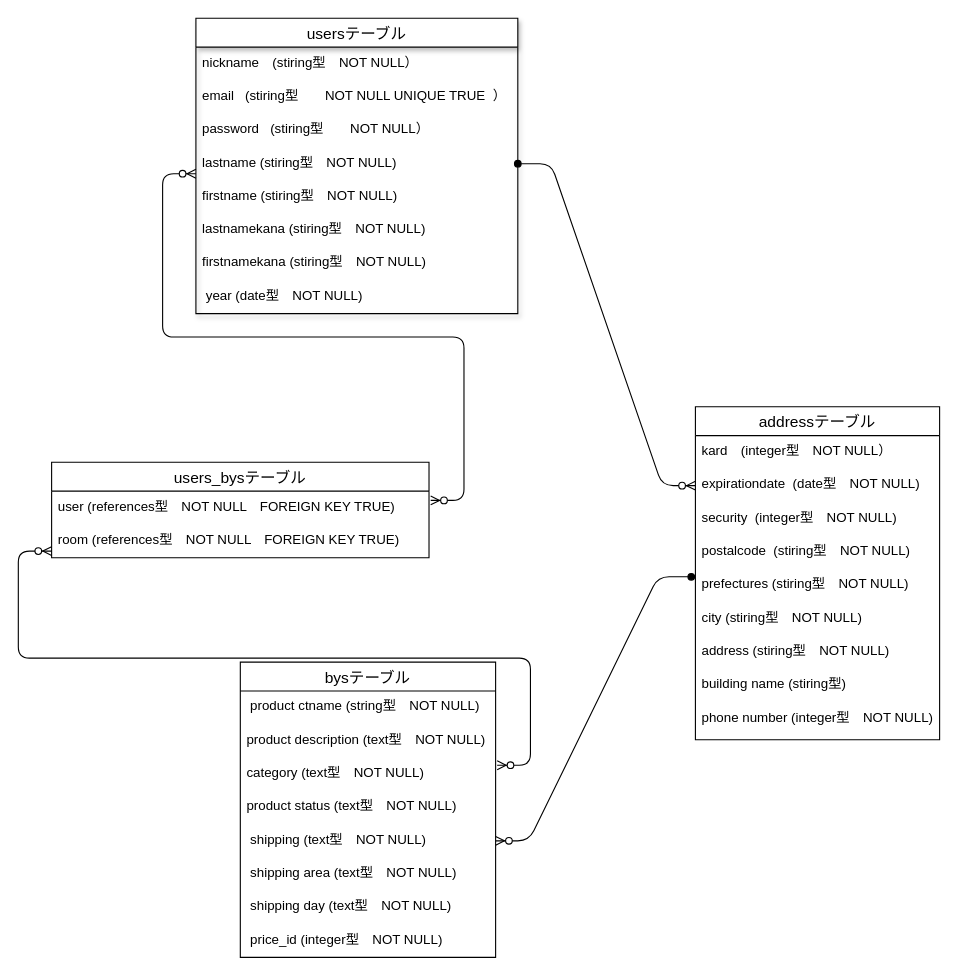
Earlier version of the draw.io diagram app/views/happy.dio (Akiyoshi7922/furima-35424). Source tidied: cells renumbered, new cells numbered last; positions are measured from the earlier drawing's top-left corner, leaving out a move shared by most shapes. Both pictures are drawn from the tidied source at 111%, with x=0, y=0 at pixel (51, 18).
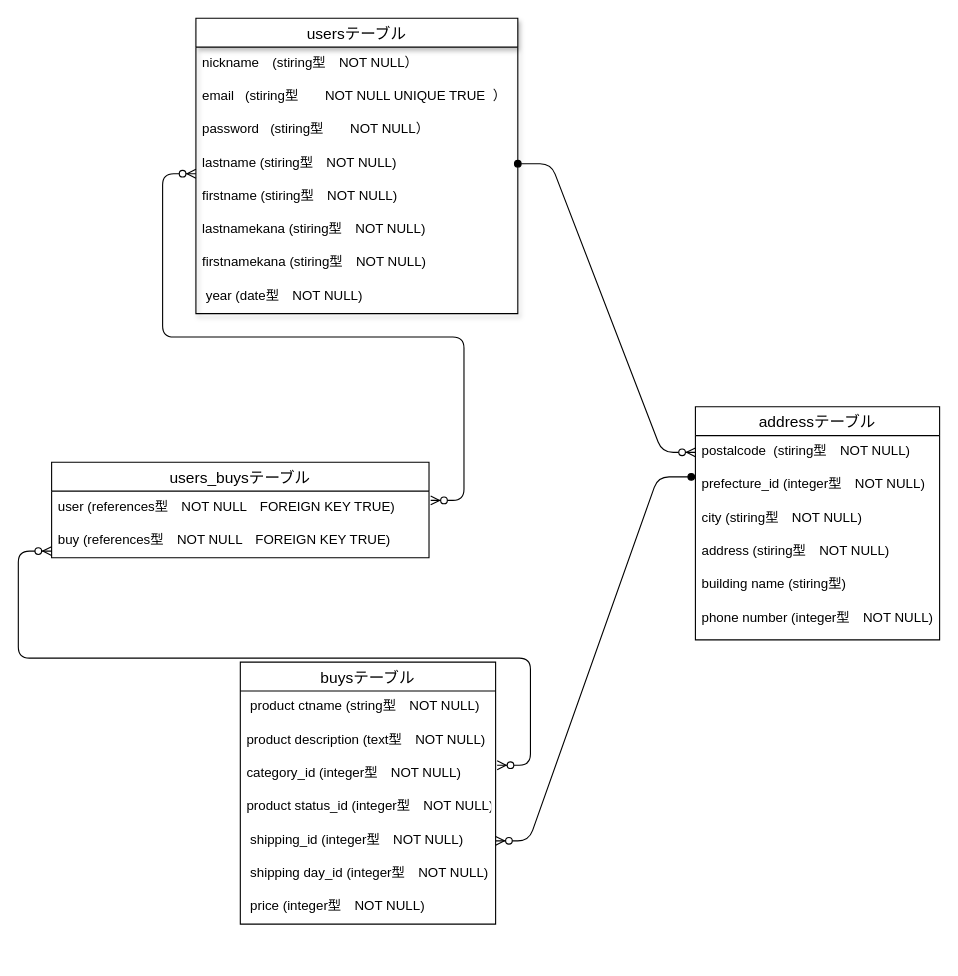
The same page after the edit.

Commit message (it also covers changes not shown here):
修正完了しました！

Unchanged cells that the change refers to:
```xml
<mxCell id="6" value="lastname (stiring型　NOT NULL)&#10;" style="text;strokeColor=none;fillColor=none;spacingLeft=4;spacingRight=4;overflow=hidden;points=[[0,0.5],[1,0.5]];portConstraint=eastwest;fontSize=12;fontStyle=0;" parent="2" vertex="1">
  <mxGeometry y="116" width="290" height="30" as="geometry" />
</mxCell>
```

What changed in the source:
```diff
@@
-    <mxCell id="11" value="bysテーブル" style="swimlane;fontStyle=0;horizontal=1;startSize=26;align=center;fontSize=14;" parent="1" vertex="1">
-      <mxGeometry x="170" y="580" width="230" height="266" as="geometry" />
+    <mxCell id="11" value="buysテーブル" style="swimlane;fontStyle=0;horizontal=1;startSize=26;align=center;fontSize=14;" parent="1" vertex="1">
+      <mxGeometry x="170" y="580" width="230" height="236" as="geometry" />
     </mxCell>
@@
-    <mxCell id="14" value="category (text型　NOT NULL)" style="text;strokeColor=none;fillColor=none;spacingLeft=4;spacingRight=4;overflow=hidden;points=[[0,0.5],[1,0.5]];portConstraint=eastwest;fontSize=12;" parent="11" vertex="1">
+    <mxCell id="14" value="category_id (integer型　NOT NULL)" style="text;strokeColor=none;fillColor=none;spacingLeft=4;spacingRight=4;overflow=hidden;points=[[0,0.5],[1,0.5]];portConstraint=eastwest;fontSize=12;" parent="11" vertex="1">
       <mxGeometry y="86" width="230" height="30" as="geometry" />
     </mxCell>
-    <mxCell id="15" value="product status (text型　NOT NULL)" style="text;strokeColor=none;fillColor=none;spacingLeft=4;spacingRight=4;overflow=hidden;fontSize=12;" parent="11" vertex="1">
+    <mxCell id="15" value="product status_id (integer型　NOT NULL)" style="text;strokeColor=none;fillColor=none;spacingLeft=4;spacingRight=4;overflow=hidden;fontSize=12;" parent="11" vertex="1">
       <mxGeometry y="116" width="230" height="30" as="geometry" />
     </mxCell>
-    <mxCell id="16" value=" shipping (text型　NOT NULL)" style="text;strokeColor=none;fillColor=none;spacingLeft=4;spacingRight=4;overflow=hidden;points=[[0,0.5],[1,0.5]];portConstraint=eastwest;fontSize=12;" parent="11" vertex="1">
+    <mxCell id="16" value=" shipping_id (integer型　NOT NULL)" style="text;strokeColor=none;fillColor=none;spacingLeft=4;spacingRight=4;overflow=hidden;points=[[0,0.5],[1,0.5]];portConstraint=eastwest;fontSize=12;" parent="11" vertex="1">
       <mxGeometry y="146" width="230" height="30" as="geometry" />
     </mxCell>
-    <mxCell id="17" value=" shipping area (text型　NOT NULL)" style="text;strokeColor=none;fillColor=none;spacingLeft=4;spacingRight=4;overflow=hidden;fontSize=12;" parent="11" vertex="1">
-      <mxGeometry y="176" width="230" height="30" as="geometry" />
-    </mxCell>
-    <mxCell id="18" value=" shipping day (text型　NOT NULL)" style="text;strokeColor=none;fillColor=none;spacingLeft=4;spacingRight=4;overflow=hidden;fontSize=12;" parent="11" vertex="1">
-      <mxGeometry y="206" width="230" height="30" as="geometry" />
+    <mxCell id="18" value=" shipping day_id (integer型　NOT NULL)" style="text;strokeColor=none;fillColor=none;spacingLeft=4;spacingRight=4;overflow=hidden;fontSize=12;" parent="11" vertex="1">
+      <mxGeometry y="176" width="230" height="30" as="geometry" />
     </mxCell>
-    <mxCell id="19" value=" price_id (integer型　NOT NULL)" style="text;strokeColor=none;fillColor=none;spacingLeft=4;spacingRight=4;overflow=hidden;fontSize=12;" parent="11" vertex="1">
-      <mxGeometry y="236" width="230" height="30" as="geometry" />
+    <mxCell id="19" value=" price (integer型　NOT NULL)" style="text;strokeColor=none;fillColor=none;spacingLeft=4;spacingRight=4;overflow=hidden;fontSize=12;" parent="11" vertex="1">
+      <mxGeometry y="206" width="230" height="30" as="geometry" />
     </mxCell>
-    <mxCell id="20" style="edgeStyle=entityRelationEdgeStyle;fontSize=12;html=1;endArrow=ERzeroToMany;endFill=1;startArrow=oval;startFill=1;exitX=1;exitY=0.5;exitDx=0;exitDy=0;" parent="1" edge="1" source="6" target="24">
-      <mxGeometry relative="1" as="geometry" />
+    <mxCell id="20" style="edgeStyle=entityRelationEdgeStyle;fontSize=12;html=1;endArrow=ERzeroToMany;endFill=1;startArrow=oval;startFill=1;exitX=1;exitY=0.5;exitDx=0;exitDy=0;" parent="1" edge="1" source="6">
+      <mxGeometry relative="1" as="geometry">
+        <mxPoint x="580" y="391" as="targetPoint" />
+      </mxGeometry>
     </mxCell>
@@
     <mxCell id="22" value="addressテーブル" style="swimlane;fontStyle=0;horizontal=1;startSize=26;align=center;fontSize=14;" parent="1" vertex="1">
-      <mxGeometry x="580" y="350" width="220" height="300" as="geometry" />
+      <mxGeometry x="580" y="350" width="220" height="210" as="geometry" />
     </mxCell>
-    <mxCell id="23" value="kard　(integer型　NOT NULL）" style="text;strokeColor=none;fillColor=none;spacingLeft=4;spacingRight=4;overflow=hidden;fontSize=12;" parent="22" vertex="1">
-      <mxGeometry y="26" width="220" height="30" as="geometry" />
-    </mxCell>
-    <mxCell id="24" value="expirationdate  (date型　NOT NULL)&#10;" style="text;strokeColor=none;fillColor=none;spacingLeft=4;spacingRight=4;overflow=hidden;points=[[0,0.5],[1,0.5]];portConstraint=eastwest;fontSize=12;" parent="22" vertex="1">
-      <mxGeometry y="56" width="220" height="30" as="geometry" />
-    </mxCell>
-    <mxCell id="25" value="security  (integer型　NOT NULL)&#10;" style="text;strokeColor=none;fillColor=none;spacingLeft=4;spacingRight=4;overflow=hidden;fontSize=12;" parent="22" vertex="1">
-      <mxGeometry y="86" width="220" height="30" as="geometry" />
-    </mxCell>
     <mxCell id="26" value="postalcode  (stiring型　NOT NULL)&#10;" style="text;strokeColor=none;fillColor=none;spacingLeft=4;spacingRight=4;overflow=hidden;fontSize=12;" parent="22" vertex="1">
-      <mxGeometry y="116" width="220" height="30" as="geometry" />
+      <mxGeometry y="26" width="220" height="30" as="geometry" />
     </mxCell>
-    <mxCell id="27" value="prefectures (stiring型　NOT NULL)&#10;" style="text;strokeColor=none;fillColor=none;spacingLeft=4;spacingRight=4;overflow=hidden;points=[[0,0.5],[1,0.5]];portConstraint=eastwest;fontSize=12;" parent="22" vertex="1">
-      <mxGeometry y="146" width="220" height="30" as="geometry" />
+    <mxCell id="27" value="prefecture_id (integer型　NOT NULL)&#10;" style="text;strokeColor=none;fillColor=none;spacingLeft=4;spacingRight=4;overflow=hidden;points=[[0,0.5],[1,0.5]];portConstraint=eastwest;fontSize=12;" parent="22" vertex="1">
+      <mxGeometry y="56" width="220" height="30" as="geometry" />
     </mxCell>
     <mxCell id="28" value="city (stiring型　NOT NULL)&#10;" style="text;strokeColor=none;fillColor=none;spacingLeft=4;spacingRight=4;overflow=hidden;fontSize=12;" parent="22" vertex="1">
-      <mxGeometry y="176" width="220" height="30" as="geometry" />
+      <mxGeometry y="86" width="220" height="30" as="geometry" />
     </mxCell>
     <mxCell id="29" value="address (stiring型　NOT NULL)&#10;" style="text;strokeColor=none;fillColor=none;spacingLeft=4;spacingRight=4;overflow=hidden;fontSize=12;" parent="22" vertex="1">
-      <mxGeometry y="206" width="220" height="30" as="geometry" />
+      <mxGeometry y="116" width="220" height="30" as="geometry" />
     </mxCell>
     <mxCell id="30" value="building name (stiring型)&#10;" style="text;strokeColor=none;fillColor=none;spacingLeft=4;spacingRight=4;overflow=hidden;fontSize=12;" parent="22" vertex="1">
-      <mxGeometry y="236" width="220" height="30" as="geometry" />
+      <mxGeometry y="146" width="220" height="30" as="geometry" />
     </mxCell>
     <mxCell id="31" value="phone number (integer型　NOT NULL)&#10;" style="text;strokeColor=none;fillColor=none;spacingLeft=4;spacingRight=4;overflow=hidden;fontSize=12;fontStyle=0;" parent="22" vertex="1">
-      <mxGeometry y="266" width="220" height="34" as="geometry" />
+      <mxGeometry y="176" width="220" height="34" as="geometry" />
     </mxCell>
-    <mxCell id="32" value="users_bysテーブル" style="swimlane;fontStyle=0;horizontal=1;startSize=26;align=center;fontSize=14;" parent="1" vertex="1">
+    <mxCell id="32" value="users_buysテーブル" style="swimlane;fontStyle=0;horizontal=1;startSize=26;align=center;fontSize=14;" parent="1" vertex="1">
       <mxGeometry y="400" width="340" height="86" as="geometry" />
     </mxCell>
@@
-    <mxCell id="34" value="room (references型　NOT NULL　FOREIGN KEY TRUE)" style="text;strokeColor=none;fillColor=none;spacingLeft=4;spacingRight=4;overflow=hidden;fontSize=12;" parent="32" vertex="1">
+    <mxCell id="34" value="buy (references型　NOT NULL　FOREIGN KEY TRUE)" style="text;strokeColor=none;fillColor=none;spacingLeft=4;spacingRight=4;overflow=hidden;fontSize=12;" parent="32" vertex="1">
       <mxGeometry y="56" width="340" height="30" as="geometry" />
     </mxCell>
```
